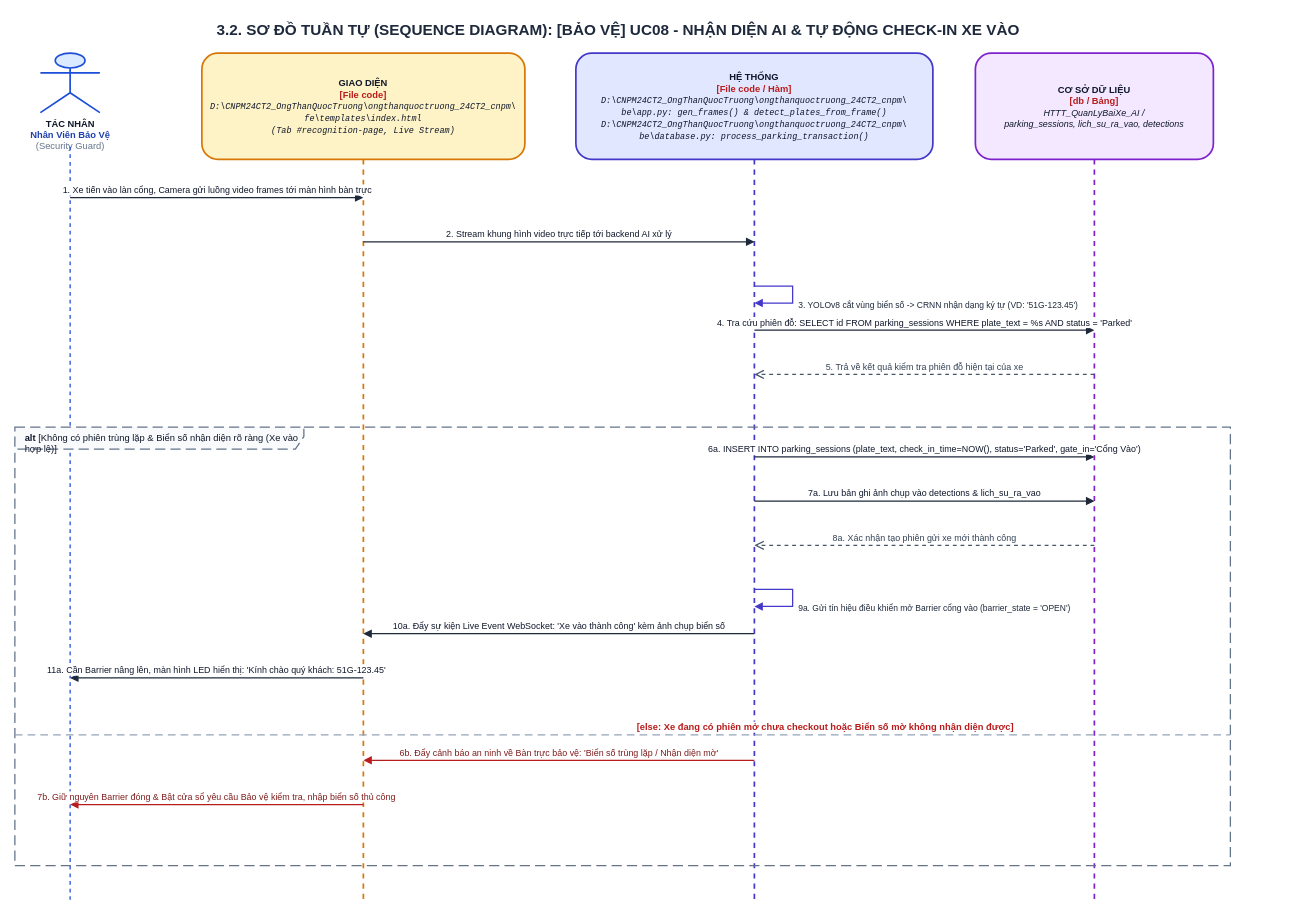
Earlier version of the draw.io diagram ongthanquoctruong_24CT2_cnpm/docs/drawio/uc08_guard_auto_checkin.drawio (Truong027/CNPM24). Source tidied: cells renumbered, new cells numbered last; positions are measured from the earlier drawing's top-left corner, leaving out a move shared by most shapes. Both pictures are drawn from the tidied source at 85%, with x=0, y=0 at pixel (14, 14).
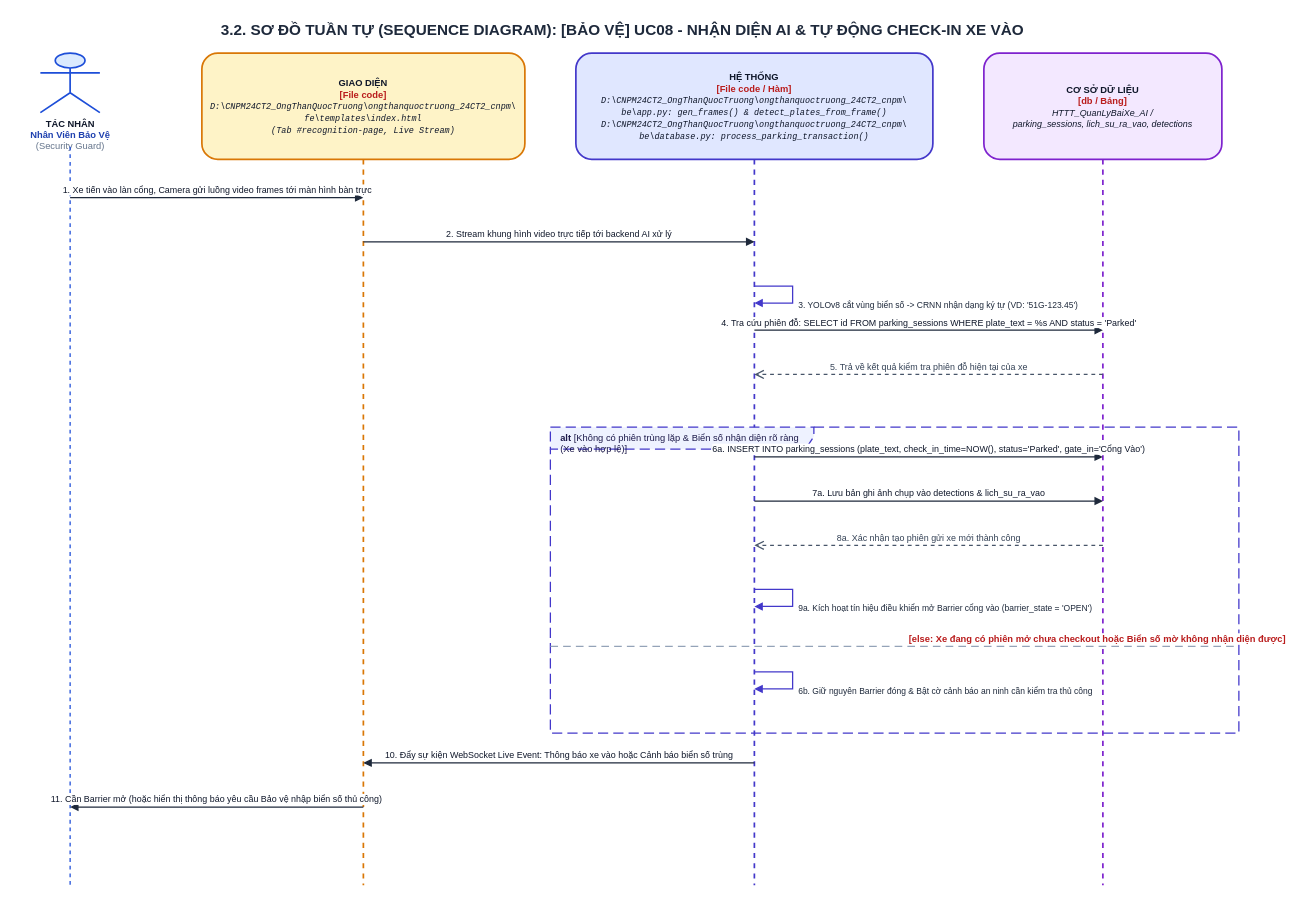
The same page after the edit.

Diff of the diagram source:
```diff
@@
     <mxCell id="2" value="&lt;b&gt;3.2. SƠ ĐỒ TUẦN TỰ (SEQUENCE DIAGRAM): [BẢO VỆ] UC08 - NHẬN DIỆN AI &amp; TỰ ĐỘNG CHECK-IN XE VÀO&lt;/b&gt;" style="text;html=1;strokeColor=none;fillColor=none;align=center;verticalAlign=middle;whiteSpace=wrap;rounded=0;fontSize=18;fontColor=#1E293B;fontStyle=1;" parent="1" vertex="1">
-      <mxGeometry width="1420" height="35" as="geometry" />
+      <mxGeometry width="1430" height="35" as="geometry" />
     </mxCell>
@@
     <mxCell id="4" style="endArrow=none;dashed=1;html=1;strokeWidth=1.5;strokeColor=#1D4ED8;" parent="1" edge="1">
       <mxGeometry relative="1" as="geometry">
         <mxPoint x="65" y="155" as="sourcePoint" />
-        <mxPoint x="65" y="1041" as="targetPoint" />
+        <mxPoint x="65" y="1024" as="targetPoint" />
       </mxGeometry>
     </mxCell>
     <mxCell id="5" value="&lt;b&gt;GIAO DIỆN&lt;/b&gt;&lt;br/&gt;&lt;font color='#B91C1C'&gt;&lt;b&gt;[File code]&lt;/b&gt;&lt;/font&gt;&lt;br/&gt;&lt;font style='font-size: 10px; font-family: Consolas, monospace;'&gt;&lt;i&gt;D:\CNPM24CT2_OngThanQuocTruong\ongthanquoctruong_24CT2_cnpm\&lt;br/&gt;fe\templates\index.html&lt;br/&gt;(Tab #recognition-page, Live Stream)&lt;/i&gt;&lt;/font&gt;" style="shape=umlLifeline;perimeter=lifelinePerimeter;whiteSpace=wrap;html=1;size=125;fillColor=#FEF3C7;strokeColor=#D97706;strokeWidth=2;fontColor=#0F172A;rounded=1;shadow=0;fontSize=11;align=center;" parent="1" vertex="1">
-      <mxGeometry x="220" y="45" width="380" height="996" as="geometry" />
+      <mxGeometry x="220" y="45" width="380" height="979" as="geometry" />
     </mxCell>
     <mxCell id="6" value="&lt;b&gt;HỆ THỐNG&lt;/b&gt;&lt;br/&gt;&lt;font color='#B91C1C'&gt;&lt;b&gt;[File code / Hàm]&lt;/b&gt;&lt;/font&gt;&lt;br/&gt;&lt;font style='font-size: 10px; font-family: Consolas, monospace;'&gt;&lt;i&gt;D:\CNPM24CT2_OngThanQuocTruong\ongthanquoctruong_24CT2_cnpm\&lt;br/&gt;be\app.py: gen_frames() &amp; detect_plates_from_frame()&lt;br/&gt;D:\CNPM24CT2_OngThanQuocTruong\ongthanquoctruong_24CT2_cnpm\&lt;br/&gt;be\database.py: process_parking_transaction()&lt;/i&gt;&lt;/font&gt;" style="shape=umlLifeline;perimeter=lifelinePerimeter;whiteSpace=wrap;html=1;size=125;fillColor=#E0E7FF;strokeColor=#4338CA;strokeWidth=2;fontColor=#0F172A;rounded=1;shadow=0;fontSize=11;align=center;" parent="1" vertex="1">
-      <mxGeometry x="660" y="45" width="420" height="996" as="geometry" />
+      <mxGeometry x="660" y="45" width="420" height="979" as="geometry" />
     </mxCell>
     <mxCell id="7" value="&lt;b&gt;CƠ SỞ DỮ LIỆU&lt;/b&gt;&lt;br/&gt;&lt;font color='#B91C1C'&gt;&lt;b&gt;[db / Bảng]&lt;/b&gt;&lt;/font&gt;&lt;br/&gt;&lt;font style='font-size: 10.5px;'&gt;&lt;i&gt;HTTT_QuanLyBaiXe_AI /&lt;br/&gt;parking_sessions, lich_su_ra_vao, detections&lt;/i&gt;&lt;/font&gt;" style="shape=umlLifeline;perimeter=lifelinePerimeter;whiteSpace=wrap;html=1;size=125;fillColor=#F3E8FF;strokeColor=#7E22CE;strokeWidth=2;fontColor=#0F172A;rounded=1;shadow=0;fontSize=11;align=center;" parent="1" vertex="1">
-      <mxGeometry x="1130" y="45" width="280" height="996" as="geometry" />
+      <mxGeometry x="1140" y="45" width="280" height="979" as="geometry" />
     </mxCell>
@@
     <mxCell id="11" value="4. Tra cứu phiên đỗ: SELECT id FROM parking_sessions WHERE plate_text = %s AND status = 'Parked'" style="html=1;verticalAlign=bottom;endArrow=block;rounded=0;strokeColor=#1E293B;strokeWidth=1.5;fontColor=#0F172A;fontSize=10.5;" parent="1" edge="1">
       <mxGeometry relative="1" as="geometry">
         <mxPoint x="870" y="371" as="sourcePoint" />
-        <mxPoint x="1270" y="371" as="targetPoint" />
+        <mxPoint x="1280" y="371" as="targetPoint" />
       </mxGeometry>
     </mxCell>
     <mxCell id="12" value="5. Trả về kết quả kiểm tra phiên đỗ hiện tại của xe" style="html=1;verticalAlign=bottom;endArrow=open;dashed=1;endSize=8;rounded=0;strokeColor=#475569;strokeWidth=1.5;fontColor=#334155;fontSize=10.5;" parent="1" edge="1">
       <mxGeometry relative="1" as="geometry">
-        <mxPoint x="1270" y="423" as="sourcePoint" />
+        <mxPoint x="1280" y="423" as="sourcePoint" />
         <mxPoint x="870" y="423" as="targetPoint" />
       </mxGeometry>
     </mxCell>
-    <mxCell id="13" value="&lt;b&gt;alt&lt;/b&gt; [Không có phiên trùng lặp &amp; Biển số nhận diện rõ ràng (Xe vào hợp lệ)]" style="shape=umlFrame;whiteSpace=wrap;html=1;width=340;height=26;dashed=1;dashPattern=8 4;strokeColor=#64748B;fillColor=#F8FAFC;strokeWidth=1.5;align=left;spacingLeft=10;verticalAlign=top;fontStyle=0;fontSize=11;fontColor=#0F172A;" parent="1" vertex="1">
-      <mxGeometry y="485" width="1430" height="516" as="geometry" />
+    <mxCell id="13" value="&lt;b&gt;alt&lt;/b&gt; [Không có phiên trùng lặp &amp; Biển số nhận diện rõ ràng (Xe vào hợp lệ)]" style="shape=umlFrame;whiteSpace=wrap;html=1;width=310;height=26;dashed=1;dashPattern=8 4;strokeColor=#4338CA;fillColor=#EEF2FF;strokeWidth=1.5;align=left;spacingLeft=10;verticalAlign=top;fontStyle=0;fontSize=11;fontColor=#1E1B4B;" parent="1" vertex="1">
+      <mxGeometry x="630" y="485" width="810" height="360" as="geometry" />
     </mxCell>
     <mxCell id="14" value="6a. INSERT INTO parking_sessions (plate_text, check_in_time=NOW(), status='Parked', gate_in='Cổng Vào')" style="html=1;verticalAlign=bottom;endArrow=block;rounded=0;strokeColor=#1E293B;strokeWidth=1.5;fontColor=#0F172A;fontSize=10.5;" parent="1" edge="1">
       <mxGeometry relative="1" as="geometry">
         <mxPoint x="870" y="520" as="sourcePoint" />
-        <mxPoint x="1270" y="520" as="targetPoint" />
+        <mxPoint x="1280" y="520" as="targetPoint" />
       </mxGeometry>
     </mxCell>
     <mxCell id="15" value="7a. Lưu bản ghi ảnh chụp vào detections &amp; lich_su_ra_vao" style="html=1;verticalAlign=bottom;endArrow=block;rounded=0;strokeColor=#1E293B;strokeWidth=1.5;fontColor=#0F172A;fontSize=10.5;" parent="1" edge="1">
       <mxGeometry relative="1" as="geometry">
         <mxPoint x="870" y="572" as="sourcePoint" />
-        <mxPoint x="1270" y="572" as="targetPoint" />
+        <mxPoint x="1280" y="572" as="targetPoint" />
       </mxGeometry>
     </mxCell>
     <mxCell id="16" value="8a. Xác nhận tạo phiên gửi xe mới thành công" style="html=1;verticalAlign=bottom;endArrow=open;dashed=1;endSize=8;rounded=0;strokeColor=#475569;strokeWidth=1.5;fontColor=#334155;fontSize=10.5;" parent="1" edge="1">
       <mxGeometry relative="1" as="geometry">
-        <mxPoint x="1270" y="624" as="sourcePoint" />
+        <mxPoint x="1280" y="624" as="sourcePoint" />
         <mxPoint x="870" y="624" as="targetPoint" />
       </mxGeometry>
     </mxCell>
-    <mxCell id="17" value="9a. Gửi tín hiệu điều khiển mở Barrier cổng vào (barrier_state = 'OPEN')" style="html=1;align=left;spacingLeft=5;verticalAlign=top;endArrow=block;rounded=0;edgeStyle=orthogonalEdgeStyle;curved=0;strokeColor=#4338CA;strokeWidth=1.5;fontColor=#1E293B;fontSize=10;" parent="1" edge="1">
+    <mxCell id="17" value="9a. Kích hoạt tín hiệu điều khiển mở Barrier cổng vào (barrier_state = 'OPEN')" style="html=1;align=left;spacingLeft=5;verticalAlign=top;endArrow=block;rounded=0;edgeStyle=orthogonalEdgeStyle;curved=0;strokeColor=#4338CA;strokeWidth=1.5;fontColor=#1E293B;fontSize=10;" parent="1" edge="1">
       <mxGeometry relative="1" as="geometry">
         <mxPoint x="870" y="676" as="sourcePoint" />
         <mxPoint x="870" y="696" as="targetPoint" />
         <Array as="points">
           <mxPoint x="915" y="676" />
           <mxPoint x="915" y="696" />
         </Array>
       </mxGeometry>
     </mxCell>
-    <mxCell id="18" value="10a. Đẩy sự kiện Live Event WebSocket: 'Xe vào thành công' kèm ảnh chụp biển số" style="html=1;verticalAlign=bottom;endArrow=block;rounded=0;strokeColor=#1E293B;strokeWidth=1.5;fontColor=#0F172A;fontSize=10.5;" parent="1" edge="1">
-      <mxGeometry relative="1" as="geometry">
-        <mxPoint x="870" y="728" as="sourcePoint" />
-        <mxPoint x="410" y="728" as="targetPoint" />
-      </mxGeometry>
-    </mxCell>
-    <mxCell id="19" value="11a. Cần Barrier nâng lên, màn hình LED hiển thị: 'Kính chào quý khách: 51G-123.45'" style="html=1;verticalAlign=bottom;endArrow=block;rounded=0;strokeColor=#1E293B;strokeWidth=1.5;fontColor=#0F172A;fontSize=10.5;" parent="1" edge="1">
-      <mxGeometry relative="1" as="geometry">
-        <mxPoint x="410" y="780" as="sourcePoint" />
-        <mxPoint x="65" y="780" as="targetPoint" />
-      </mxGeometry>
-    </mxCell>
     <mxCell id="20" value="&lt;b&gt;[else: Xe đang có phiên mở chưa checkout hoặc Biển số mờ không nhận diện được]&lt;/b&gt;" style="html=1;strokeWidth=1.5;strokeColor=#94A3B8;dashed=1;dashPattern=6 4;endArrow=none;align=left;verticalAlign=bottom;spacingLeft=15;fontColor=#B91C1C;fontSize=11;fontStyle=0;" parent="1" edge="1">
       <mxGeometry relative="1" as="geometry">
-        <mxPoint y="847" as="sourcePoint" />
-        <mxPoint x="1430" y="847" as="targetPoint" />
+        <mxPoint x="630" y="743" as="sourcePoint" />
+        <mxPoint x="1440" y="743" as="targetPoint" />
       </mxGeometry>
     </mxCell>
-    <mxCell id="21" value="6b. Đẩy cảnh báo an ninh về Bàn trực bảo vệ: 'Biển số trùng lặp / Nhận diện mờ'" style="html=1;verticalAlign=bottom;endArrow=block;rounded=0;strokeColor=#B91C1C;strokeWidth=1.5;fontColor=#7F1D1D;fontSize=10.5;" parent="1" edge="1">
+    <mxCell id="21" value="6b. Giữ nguyên Barrier đóng &amp; Bật cờ cảnh báo an ninh cần kiểm tra thủ công" style="html=1;align=left;spacingLeft=5;verticalAlign=top;endArrow=block;rounded=0;edgeStyle=orthogonalEdgeStyle;curved=0;strokeColor=#4338CA;strokeWidth=1.5;fontColor=#1E293B;fontSize=10;" parent="1" edge="1">
       <mxGeometry relative="1" as="geometry">
-        <mxPoint x="870" y="877" as="sourcePoint" />
-        <mxPoint x="410" y="877" as="targetPoint" />
+        <mxPoint x="870" y="773" as="sourcePoint" />
+        <mxPoint x="870" y="793" as="targetPoint" />
+        <Array as="points">
+          <mxPoint x="915" y="773" />
+          <mxPoint x="915" y="793" />
+        </Array>
       </mxGeometry>
     </mxCell>
-    <mxCell id="22" value="7b. Giữ nguyên Barrier đóng &amp; Bật cửa sổ yêu cầu Bảo vệ kiểm tra, nhập biển số thủ công" style="html=1;verticalAlign=bottom;endArrow=block;rounded=0;strokeColor=#B91C1C;strokeWidth=1.5;fontColor=#7F1D1D;fontSize=10.5;" parent="1" edge="1">
-      <mxGeometry relative="1" as="geometry">
-        <mxPoint x="410" y="929" as="sourcePoint" />
-        <mxPoint x="65" y="929" as="targetPoint" />
-      </mxGeometry>
-    </mxCell>
+    <mxCell id="23" value="10. Đẩy sự kiện WebSocket Live Event: Thông báo xe vào hoặc Cảnh báo biển số trùng" style="html=1;verticalAlign=bottom;endArrow=block;rounded=0;strokeColor=#1E293B;strokeWidth=1.5;fontColor=#0F172A;fontSize=10.5;" parent="1" edge="1">
+      <mxGeometry relative="1" as="geometry">
+        <mxPoint x="870" y="880" as="sourcePoint" />
+        <mxPoint x="410" y="880" as="targetPoint" />
+      </mxGeometry>
+    </mxCell>
+    <mxCell id="24" value="11. Cần Barrier mở (hoặc hiển thị thông báo yêu cầu Bảo vệ nhập biển số thủ công)" style="html=1;verticalAlign=bottom;endArrow=block;rounded=0;strokeColor=#1E293B;strokeWidth=1.5;fontColor=#0F172A;fontSize=10.5;" parent="1" edge="1">
+      <mxGeometry relative="1" as="geometry">
+        <mxPoint x="410" y="932" as="sourcePoint" />
+        <mxPoint x="65" y="932" as="targetPoint" />
+      </mxGeometry>
+    </mxCell>
```
